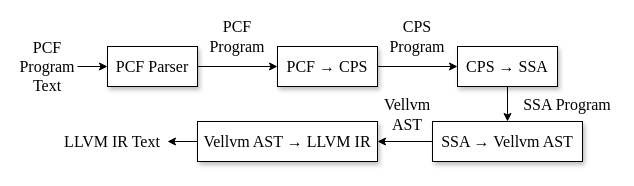
Before: tase23/overview.drawio in ABigDoge/MyDiagrams, a draw.io diagram. Source tidied: cells renumbered, new cells numbered last; positions are measured from the earlier drawing's top-left corner, leaving out a move shared by most shapes. Both pictures are drawn from the tidied source at 100%, with x=0, y=0 at pixel (17, 21).
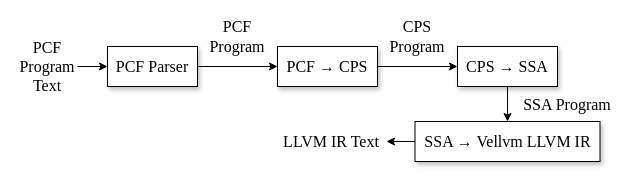
The same diagram, later.

Diff of the diagram source:
```diff
@@
 <mxGraphModel>
   <root>
     <mxCell id="0" />
     <mxCell id="1" parent="0" />
     <mxCell id="2" style="edgeStyle=orthogonalEdgeStyle;rounded=0;jettySize=auto;html=1;fontFamily=Times New Roman;fontSize=16;fontColor=#000000;" parent="1" edge="1" source="3" target="5">
       <mxGeometry relative="1" as="geometry" />
     </mxCell>
     <mxCell id="3" value="PCF Parser" style="rounded=0;whiteSpace=wrap;html=1;labelBackgroundColor=#ffffff;fontFamily=Times New Roman;fontSize=16;fontColor=#000000;shadow=1;" parent="1" vertex="1">
       <mxGeometry x="90" y="25" width="90" height="40" as="geometry" />
     </mxCell>
     <mxCell id="4" style="edgeStyle=orthogonalEdgeStyle;rounded=0;jettySize=auto;html=1;fontFamily=Times New Roman;fontSize=16;fontColor=#000000;" parent="1" edge="1" source="5" target="7">
       <mxGeometry relative="1" as="geometry" />
     </mxCell>
     <mxCell id="5" value="PCF&amp;nbsp;→ CPS" style="rounded=0;whiteSpace=wrap;html=1;labelBackgroundColor=#ffffff;fontFamily=Times New Roman;fontSize=16;fontColor=#000000;shadow=1;" parent="1" vertex="1">
       <mxGeometry x="260" y="25" width="100" height="40" as="geometry" />
     </mxCell>
     <mxCell id="6" style="edgeStyle=orthogonalEdgeStyle;rounded=0;jettySize=auto;html=1;fontFamily=Times New Roman;fontSize=16;fontColor=#000000;" parent="1" edge="1" source="7" target="9">
       <mxGeometry relative="1" as="geometry" />
     </mxCell>
     <mxCell id="7" value="CPS → SSA" style="rounded=0;whiteSpace=wrap;html=1;labelBackgroundColor=#ffffff;fontFamily=Times New Roman;fontSize=16;fontColor=#000000;shadow=1;" parent="1" vertex="1">
       <mxGeometry x="440" y="25" width="100" height="40" as="geometry" />
     </mxCell>
-    <mxCell id="8" style="edgeStyle=orthogonalEdgeStyle;rounded=0;jettySize=auto;html=1;fontFamily=Times New Roman;fontSize=16;fontColor=#000000;" parent="1" edge="1" source="9" target="11">
-      <mxGeometry relative="1" as="geometry" />
-    </mxCell>
+    <mxCell id="19" style="edgeStyle=orthogonalEdgeStyle;rounded=0;jettySize=auto;html=1;" parent="1" edge="1" source="9" target="14">
+      <mxGeometry relative="1" as="geometry" />
+    </mxCell>
-    <mxCell id="9" value="SSA → Vellvm AST" style="rounded=0;whiteSpace=wrap;html=1;labelBackgroundColor=#ffffff;fontFamily=Times New Roman;fontSize=16;fontColor=#000000;shadow=1;" parent="1" vertex="1">
-      <mxGeometry x="415" y="100" width="150" height="40" as="geometry" />
+    <mxCell id="9" value="SSA → Vellvm LLVM IR" style="rounded=0;whiteSpace=wrap;html=1;labelBackgroundColor=#ffffff;fontFamily=Times New Roman;fontSize=16;fontColor=#000000;shadow=1;" parent="1" vertex="1">
+      <mxGeometry x="397.5" y="100" width="185" height="40" as="geometry" />
     </mxCell>
-    <mxCell id="10" style="edgeStyle=orthogonalEdgeStyle;rounded=0;jettySize=auto;html=1;fontFamily=Times New Roman;fontSize=16;fontColor=#000000;" parent="1" edge="1" source="11" target="14">
-      <mxGeometry relative="1" as="geometry" />
-    </mxCell>
-    <mxCell id="11" value="Vellvm AST →&amp;nbsp;LLVM IR" style="rounded=0;whiteSpace=wrap;html=1;labelBackgroundColor=#ffffff;fontFamily=Times New Roman;fontSize=16;fontColor=#000000;shadow=1;" parent="1" vertex="1">
-      <mxGeometry x="180" y="100" width="180" height="40" as="geometry" />
-    </mxCell>
     <mxCell id="12" style="edgeStyle=orthogonalEdgeStyle;rounded=0;jettySize=auto;html=1;fontFamily=Times New Roman;fontSize=16;fontColor=#000000;" parent="1" edge="1" source="13" target="3">
       <mxGeometry relative="1" as="geometry" />
     </mxCell>
     <mxCell id="13" value="PCF Program Text" style="text;html=1;strokeColor=none;fillColor=none;align=center;verticalAlign=middle;whiteSpace=wrap;rounded=0;fontSize=16;fontFamily=Times New Roman;fontColor=#000000;" parent="1" vertex="1">
       <mxGeometry y="30" width="60" height="30" as="geometry" />
     </mxCell>
     <mxCell id="14" value="LLVM IR Text" style="text;html=1;strokeColor=none;fillColor=none;align=center;verticalAlign=middle;whiteSpace=wrap;rounded=0;fontSize=16;fontFamily=Times New Roman;fontColor=#000000;" parent="1" vertex="1">
-      <mxGeometry x="40" y="105" width="110" height="30" as="geometry" />
+      <mxGeometry x="259" y="105" width="110" height="30" as="geometry" />
     </mxCell>
     <mxCell id="15" value="PCF Program" style="text;html=1;strokeColor=none;fillColor=none;align=center;verticalAlign=middle;whiteSpace=wrap;rounded=0;fontSize=16;fontFamily=Times New Roman;fontColor=#000000;" parent="1" vertex="1">
       <mxGeometry x="190" width="60" height="30" as="geometry" />
     </mxCell>
     <mxCell id="16" value="CPS Program" style="text;html=1;strokeColor=none;fillColor=none;align=center;verticalAlign=middle;whiteSpace=wrap;rounded=0;fontSize=16;fontFamily=Times New Roman;fontColor=#000000;" parent="1" vertex="1">
       <mxGeometry x="370" y="7.5" width="60" height="15" as="geometry" />
     </mxCell>
     <mxCell id="17" value="SSA Program" style="text;html=1;strokeColor=none;fillColor=none;align=center;verticalAlign=middle;whiteSpace=wrap;rounded=0;fontSize=16;fontFamily=Times New Roman;fontColor=#000000;" parent="1" vertex="1">
       <mxGeometry x="500" y="75" width="100" height="15" as="geometry" />
     </mxCell>
-    <mxCell id="18" value="Vellvm AST" style="text;html=1;strokeColor=none;fillColor=none;align=center;verticalAlign=middle;whiteSpace=wrap;rounded=0;fontSize=16;fontFamily=Times New Roman;fontColor=#000000;" parent="1" vertex="1">
-      <mxGeometry x="350" y="85" width="80" height="15" as="geometry" />
-    </mxCell>
   </root>
 </mxGraphModel>
```
